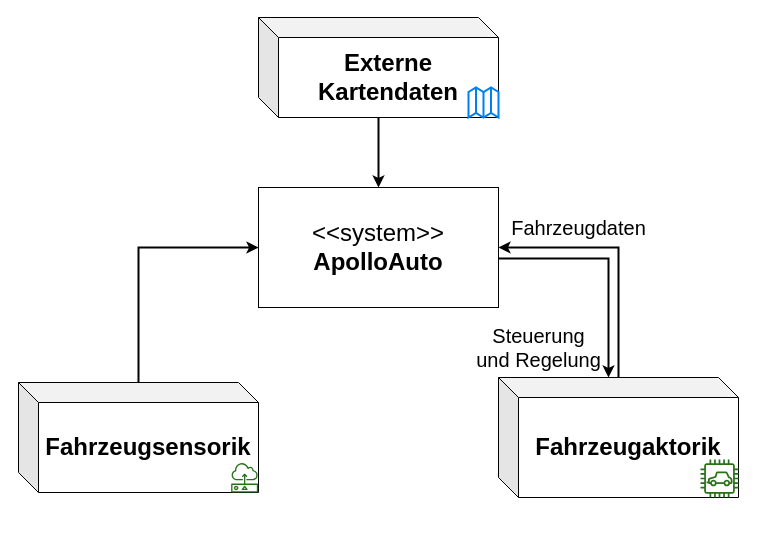
Above: build/html5/images/Fachlicher Kontext.drawio in Apollak11/arc42-asciidoc-apolloauto-SSIM (draw.io), before the change. Source tidied: cells renumbered, new cells numbered last; positions are measured from the earlier drawing's top-left corner, leaving out a move shared by most shapes. Both pictures are drawn from the tidied source at 100%, with x=0, y=0 at pixel (18, 17).
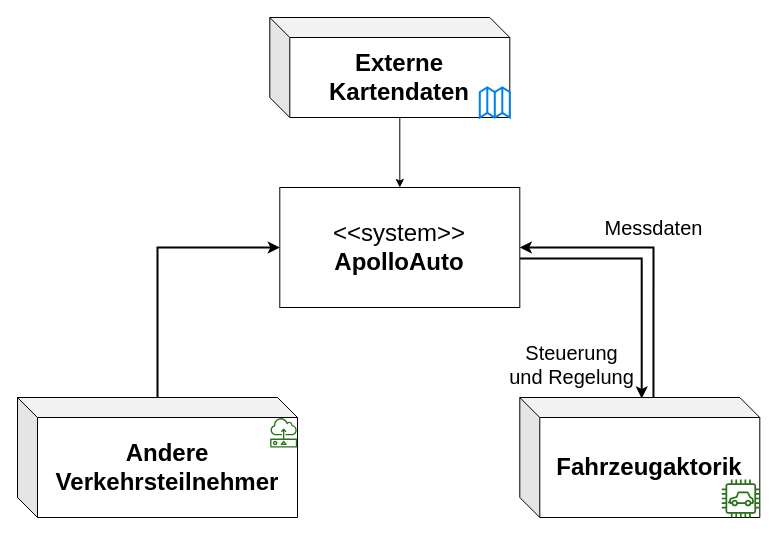
The same diagram, later.

Diff of the diagram source:
```diff
@@
 <mxGraphModel>
   <root>
     <mxCell id="0" />
     <mxCell id="1" parent="0" />
-    <mxCell id="2" value="&lt;div&gt;&lt;font style=&quot;font-size: 20px&quot;&gt;Steuerung &lt;br&gt;&lt;/font&gt;&lt;/div&gt;&lt;div&gt;&lt;font style=&quot;font-size: 20px&quot;&gt;und Regelung&lt;/font&gt;&lt;/div&gt;" style="edgeStyle=orthogonalEdgeStyle;rounded=0;jettySize=auto;html=1;exitX=1;exitY=0.592;exitDx=0;exitDy=0;entryX=0;entryY=0;entryDx=110;entryDy=0;entryPerimeter=0;exitPerimeter=0;strokeWidth=2;" parent="1" edge="1" source="4" target="6">
+    <mxCell id="2" value="&lt;div&gt;&lt;font style=&quot;font-size: 20px&quot;&gt;Steuerung &lt;br&gt;&lt;/font&gt;&lt;/div&gt;&lt;div&gt;&lt;font style=&quot;font-size: 20px&quot;&gt;und Regelung&lt;/font&gt;&lt;/div&gt;" style="edgeStyle=orthogonalEdgeStyle;rounded=0;jettySize=auto;html=1;exitX=1;exitY=0.592;exitDx=0;exitDy=0;exitPerimeter=0;strokeWidth=2;entryX=0.508;entryY=0.008;entryDx=0;entryDy=0;entryPerimeter=0;" parent="1" edge="1" source="4" target="6">
       <mxGeometry x="0.74" y="-70" relative="1" as="geometry" />
     </mxCell>
     <mxCell id="3" style="edgeStyle=orthogonalEdgeStyle;rounded=0;jettySize=auto;html=1;exitX=0.5;exitY=0;exitDx=0;exitDy=0;strokeWidth=2;" parent="1" edge="1" source="4">
       <mxGeometry relative="1" as="geometry">
-        <mxPoint x="360" y="170" as="targetPoint" />
+        <mxPoint x="381.3" y="170" as="targetPoint" />
       </mxGeometry>
     </mxCell>
     <mxCell id="4" value="&lt;div style=&quot;font-size: 24px&quot;&gt;&lt;font style=&quot;font-size: 24px&quot;&gt;&amp;lt;&amp;lt;system&amp;gt;&amp;gt;&lt;/font&gt;&lt;/div&gt;&lt;div style=&quot;font-size: 24px&quot;&gt;&lt;font style=&quot;font-size: 24px&quot;&gt;&lt;b&gt;ApolloAuto&lt;/b&gt;&lt;br&gt;&lt;/font&gt;&lt;/div&gt;" style="rounded=0;whiteSpace=wrap;html=1;" parent="1" vertex="1">
-      <mxGeometry x="240" y="170" width="240" height="120" as="geometry" />
+      <mxGeometry x="261.3" y="170" width="240" height="120" as="geometry" />
     </mxCell>
-    <mxCell id="5" value="&lt;font style=&quot;font-size: 20px&quot;&gt;Fahrzeugdaten&lt;font style=&quot;font-size: 20px&quot;&gt;&lt;br&gt;&lt;/font&gt;&lt;/font&gt;" style="edgeStyle=orthogonalEdgeStyle;rounded=0;jettySize=auto;html=1;entryX=1;entryY=0.5;entryDx=0;entryDy=0;strokeWidth=2;" parent="1" edge="1" source="6" target="4">
-      <mxGeometry x="0.36" y="-20" relative="1" as="geometry" />
+    <mxCell id="5" value="&lt;font style=&quot;font-size: 20px&quot;&gt;Messdaten&lt;/font&gt;" style="edgeStyle=orthogonalEdgeStyle;rounded=0;jettySize=auto;html=1;entryX=1;entryY=0.5;entryDx=0;entryDy=0;exitX=0.557;exitY=0.008;exitDx=0;exitDy=0;exitPerimeter=0;strokeWidth=2;" parent="1" edge="1" source="6" target="4">
+      <mxGeometry x="0.06" y="-20" relative="1" as="geometry" />
     </mxCell>
     <mxCell id="6" value="&lt;b&gt;&lt;font style=&quot;font-size: 24px&quot;&gt;Fahrzeugaktorik&lt;/font&gt;&lt;/b&gt;" style="shape=cube;whiteSpace=wrap;html=1;boundedLbl=1;backgroundOutline=1;darkOpacity=0.05;darkOpacity2=0.1;direction=east;" parent="1" vertex="1">
-      <mxGeometry x="480" y="360" width="240" height="120" as="geometry" />
+      <mxGeometry x="501.3" y="380" width="240" height="120" as="geometry" />
     </mxCell>
     <mxCell id="7" style="edgeStyle=orthogonalEdgeStyle;rounded=0;jettySize=auto;html=1;entryX=0;entryY=0.5;entryDx=0;entryDy=0;strokeWidth=2;" parent="1" edge="1" source="8" target="4">
       <mxGeometry relative="1" as="geometry" />
     </mxCell>
-    <mxCell id="8" value="&lt;b&gt;&lt;font style=&quot;font-size: 24px&quot;&gt;Fahrzeugsensorik&lt;/font&gt;&lt;/b&gt;" style="shape=cube;whiteSpace=wrap;html=1;boundedLbl=1;backgroundOutline=1;darkOpacity=0.05;darkOpacity2=0.1;direction=east;" parent="1" vertex="1">
-      <mxGeometry y="365" width="240" height="110" as="geometry" />
+    <mxCell id="8" value="&lt;font style=&quot;font-size: 24px&quot;&gt;&lt;b&gt;Andere Verkehrsteilnehmer&lt;br&gt;&lt;/b&gt;&lt;/font&gt;" style="shape=cube;whiteSpace=wrap;html=1;boundedLbl=1;backgroundOutline=1;darkOpacity=0.05;darkOpacity2=0.1;direction=east;" parent="1" vertex="1">
+      <mxGeometry x="-1" y="380" width="280" height="120" as="geometry" />
     </mxCell>
-    <mxCell id="9" style="edgeStyle=orthogonalEdgeStyle;rounded=0;jettySize=auto;html=1;strokeWidth=2;" parent="1" edge="1" source="10" target="4">
+    <mxCell id="9" style="edgeStyle=orthogonalEdgeStyle;rounded=0;jettySize=auto;html=1;exitX=0;exitY=0;exitDx=130;exitDy=100;exitPerimeter=0;entryX=0.5;entryY=0;entryDx=0;entryDy=0;" parent="1" edge="1" source="10" target="4">
       <mxGeometry relative="1" as="geometry" />
     </mxCell>
     <mxCell id="10" value="&lt;b&gt;&lt;font style=&quot;font-size: 24px&quot;&gt;Externe Kartendaten&lt;br&gt;&lt;/font&gt;&lt;/b&gt;" style="shape=cube;whiteSpace=wrap;html=1;boundedLbl=1;backgroundOutline=1;darkOpacity=0.05;darkOpacity2=0.1;direction=east;" parent="1" vertex="1">
-      <mxGeometry x="240" width="240" height="100" as="geometry" />
+      <mxGeometry x="251.3" width="240" height="100" as="geometry" />
     </mxCell>
     <mxCell id="11" style="html=1;verticalLabelPosition=bottom;align=center;labelBackgroundColor=#ffffff;verticalAlign=top;strokeWidth=2;strokeColor=#0080F0;shadow=0;dashed=0;shape=mxgraph.ios7.icons.map;" parent="1" vertex="1">
-      <mxGeometry x="450" y="70" width="30" height="30" as="geometry" />
+      <mxGeometry x="461.3" y="70" width="30" height="30" as="geometry" />
     </mxCell>
     <mxCell id="12" style="fontColor=#232F3E;gradientColor=none;fillColor=#277116;strokeColor=none;dashed=0;verticalLabelPosition=bottom;verticalAlign=top;align=center;html=1;fontSize=12;fontStyle=0;shape=mxgraph.aws4.car;" parent="1" vertex="1">
-      <mxGeometry x="682" y="442" width="38" height="38" as="geometry" />
+      <mxGeometry x="703.3" y="462" width="38" height="38" as="geometry" />
     </mxCell>
     <mxCell id="13" style="fontColor=#232F3E;gradientColor=none;fillColor=#277116;strokeColor=none;dashed=0;verticalLabelPosition=bottom;verticalAlign=top;align=center;html=1;fontSize=12;fontStyle=0;shape=mxgraph.aws4.sensor;" parent="1" vertex="1">
-      <mxGeometry x="212.3" y="445" width="27.7" height="30" as="geometry" />
+      <mxGeometry x="251.3" y="400" width="27.7" height="30" as="geometry" />
     </mxCell>
   </root>
 </mxGraphModel>
```
